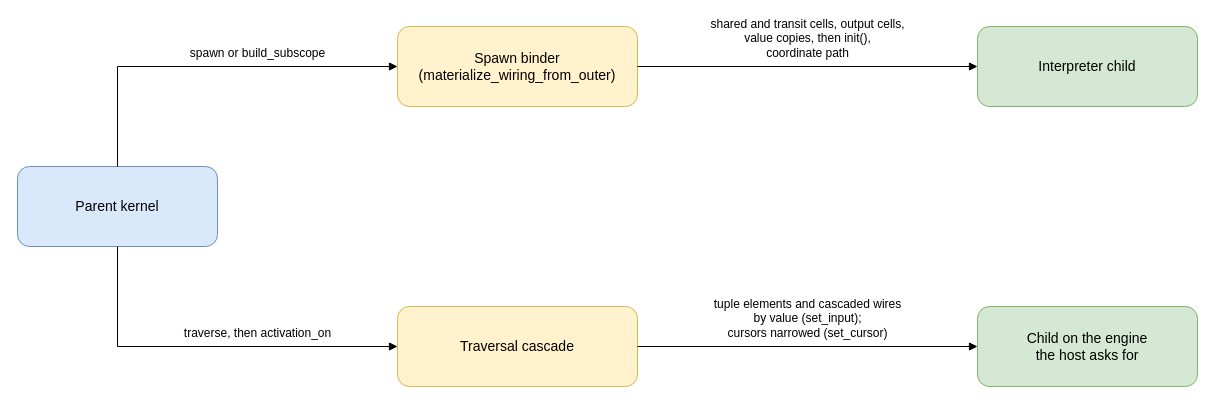
Earlier version of the draw.io diagram crates/polydat/docs/diagrams/scope_model-binding-paths.drawio (nosqlbench/polydat). Source tidied: cells renumbered, new cells numbered last; positions are measured from the earlier drawing's top-left corner, leaving out a move shared by most shapes. Both pictures are drawn from the tidied source at 100%, with x=0, y=0 at pixel (17, 26).
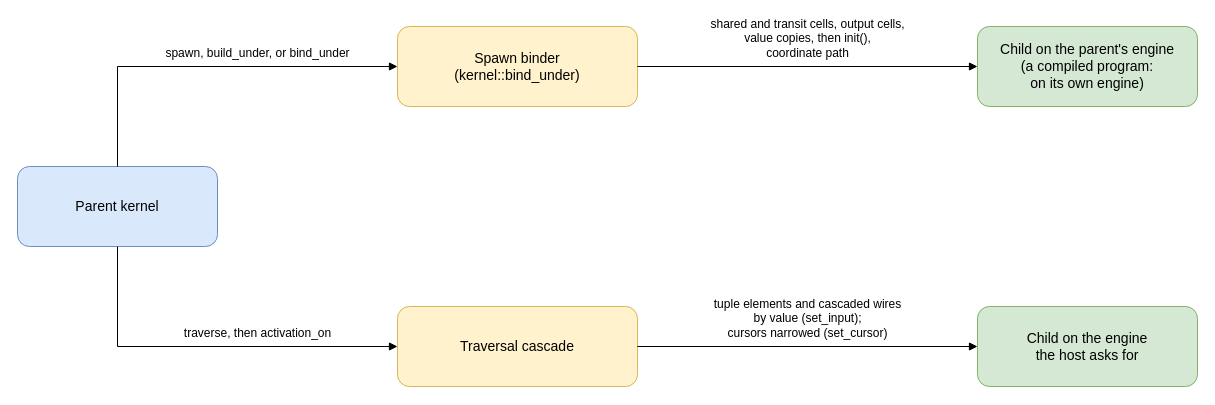
The same page after the edit.

Commit message (it also covers changes not shown here):
Specify const capture, shared starts, and binding on the parent's engine

Diff of the diagram source:
```diff
@@
 <mxGraphModel>
   <root>
     <mxCell id="0" />
     <mxCell id="1" parent="0" />
     <mxCell id="2" value="Parent kernel" style="rounded=1;whiteSpace=wrap;html=1;fillColor=#dae8fc;strokeColor=#6c8ebf;fontSize=14;" parent="1" vertex="1">
       <mxGeometry y="140" width="200" height="80" as="geometry" />
     </mxCell>
-    <mxCell id="3" value="Spawn binder&lt;br&gt;(materialize_wiring_from_outer)" style="rounded=1;whiteSpace=wrap;html=1;fillColor=#fff2cc;strokeColor=#d6b656;fontSize=14;" parent="1" vertex="1">
+    <mxCell id="3" value="Spawn binder&lt;br&gt;(kernel::bind_under)" style="rounded=1;whiteSpace=wrap;html=1;fillColor=#fff2cc;strokeColor=#d6b656;fontSize=14;" parent="1" vertex="1">
       <mxGeometry x="380" width="240" height="80" as="geometry" />
     </mxCell>
     <mxCell id="4" value="Traversal cascade" style="rounded=1;whiteSpace=wrap;html=1;fillColor=#fff2cc;strokeColor=#d6b656;fontSize=14;" parent="1" vertex="1">
       <mxGeometry x="380" y="280" width="240" height="80" as="geometry" />
     </mxCell>
-    <mxCell id="5" value="Interpreter child" style="rounded=1;whiteSpace=wrap;html=1;fillColor=#d5e8d4;strokeColor=#82b366;fontSize=14;" parent="1" vertex="1">
+    <mxCell id="5" value="Child on the parent's engine&lt;br&gt;(a compiled program:&lt;br&gt;on its own engine)" style="rounded=1;whiteSpace=wrap;html=1;fillColor=#d5e8d4;strokeColor=#82b366;fontSize=14;" parent="1" vertex="1">
       <mxGeometry x="960" width="220" height="80" as="geometry" />
     </mxCell>
     <mxCell id="6" value="Child on the engine&lt;br&gt;the host asks for" style="rounded=1;whiteSpace=wrap;html=1;fillColor=#d5e8d4;strokeColor=#82b366;fontSize=14;" parent="1" vertex="1">
       <mxGeometry x="960" y="280" width="220" height="80" as="geometry" />
     </mxCell>
     <mxCell id="7" style="rounded=0;html=1;endArrow=block;exitX=0.5;exitY=0;exitDx=0;exitDy=0;entryX=0;entryY=0.5;entryDx=0;entryDy=0;" parent="1" edge="1" source="2" target="3">
       <mxGeometry relative="1" as="geometry">
         <Array as="points">
           <mxPoint x="100" y="40" />
         </Array>
       </mxGeometry>
     </mxCell>
     <mxCell id="8" style="rounded=0;html=1;endArrow=block;exitX=0.5;exitY=1;exitDx=0;exitDy=0;entryX=0;entryY=0.5;entryDx=0;entryDy=0;" parent="1" edge="1" source="2" target="4">
       <mxGeometry relative="1" as="geometry">
         <Array as="points">
           <mxPoint x="100" y="320" />
         </Array>
       </mxGeometry>
     </mxCell>
-    <mxCell id="9" value="spawn or build_subscope" style="text;html=1;align=center;verticalAlign=bottom;fontSize=12;" parent="1" vertex="1">
+    <mxCell id="9" value="spawn, build_under, or bind_under" style="text;html=1;align=center;verticalAlign=bottom;fontSize=12;" parent="1" vertex="1">
       <mxGeometry x="120" y="16" width="240" height="20" as="geometry" />
     </mxCell>
     <mxCell id="10" value="traverse, then activation_on" style="text;html=1;align=center;verticalAlign=bottom;fontSize=12;" parent="1" vertex="1">
       <mxGeometry x="120" y="296" width="240" height="20" as="geometry" />
     </mxCell>
     <mxCell id="11" value="shared and transit cells, output cells,&lt;br&gt;value copies, then init(),&lt;br&gt;coordinate path" style="rounded=0;html=1;fontSize=12;endArrow=block;verticalAlign=bottom;labelBackgroundColor=none;" parent="1" edge="1" source="3" target="5">
       <mxGeometry relative="1" as="geometry">
         <mxPoint y="-4" as="offset" />
       </mxGeometry>
     </mxCell>
     <mxCell id="12" value="tuple elements and cascaded wires&lt;br&gt;by value (set_input);&lt;br&gt;cursors narrowed (set_cursor)" style="rounded=0;html=1;fontSize=12;endArrow=block;verticalAlign=bottom;labelBackgroundColor=none;" parent="1" edge="1" source="4" target="6">
       <mxGeometry relative="1" as="geometry">
         <mxPoint y="-4" as="offset" />
       </mxGeometry>
     </mxCell>
   </root>
 </mxGraphModel>
```
